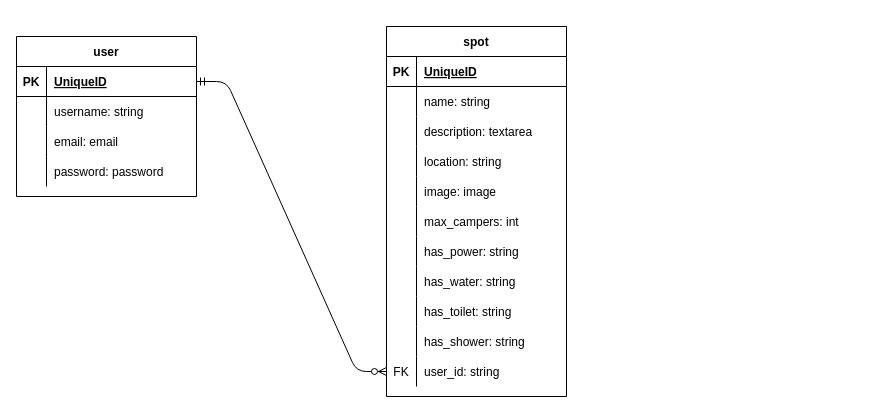
The draw.io diagram Camp Hackathon.drawio in bronwyncarr/camp-hackathon, before the edit. Source tidied: cells renumbered, new cells numbered last; positions are measured from the earlier drawing's top-left corner, leaving out a move shared by most shapes. Both pictures are drawn from the tidied source at 100%, with x=0, y=0 at pixel (16, 26).
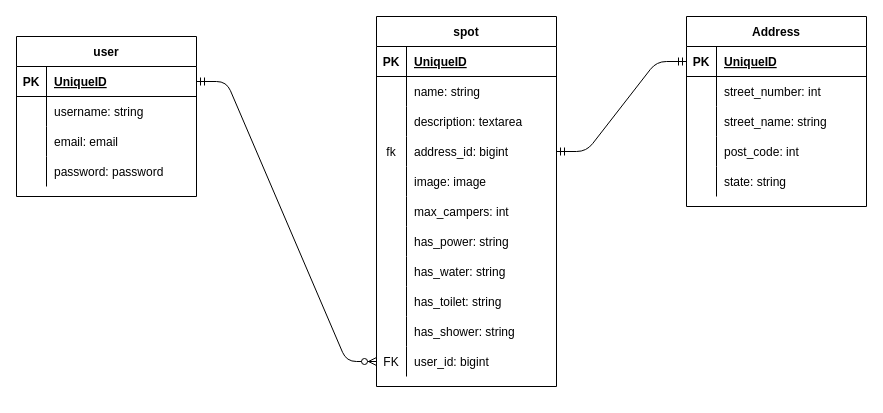
The same diagram, later.

The change refers to these unchanged cells:
```xml
<mxCell id="12" style="shape=partialRectangle;fillColor=none;top=0;left=0;bottom=0;right=0;points=[[0,0.5],[1,0.5]];portConstraint=eastwest;" parent="2" vertex="1">
  <mxGeometry y="120" width="180" height="30" as="geometry" />
</mxCell>
<mxCell id="33" style="shape=partialRectangle;fillColor=none;top=0;left=0;bottom=0;right=0;points=[[0,0.5],[1,0.5]];portConstraint=eastwest;" parent="2" vertex="1">
  <mxGeometry y="330" width="180" height="30" as="geometry" />
</mxCell>
```

The edit, as a diff of the source:
```diff
@@
     <mxCell id="2" value="spot" style="shape=table;startSize=30;childLayout=tableLayout;rowLines=0;fontStyle=1;align=center;" parent="1" vertex="1">
-      <mxGeometry x="370" width="180" height="370" as="geometry" />
+      <mxGeometry x="360" y="-10" width="180" height="370" as="geometry" />
     </mxCell>
@@
-    <mxCell id="13" style="shape=partialRectangle;fillColor=none;top=0;left=0;bottom=0;right=0;overflow=hidden;" parent="12" vertex="1">
+    <mxCell id="13" value="fk" style="shape=partialRectangle;fillColor=none;top=0;left=0;bottom=0;right=0;overflow=hidden;" parent="12" vertex="1">
       <mxGeometry width="30" height="30" as="geometry" />
     </mxCell>
-    <mxCell id="14" value="location: string" style="shape=partialRectangle;fillColor=none;top=0;left=0;bottom=0;right=0;align=left;spacingLeft=6;overflow=hidden;" parent="12" vertex="1">
+    <mxCell id="14" value="address_id: bigint" style="shape=partialRectangle;fillColor=none;top=0;left=0;bottom=0;right=0;align=left;spacingLeft=6;overflow=hidden;" parent="12" vertex="1">
       <mxGeometry x="30" width="150" height="30" as="geometry" />
     </mxCell>
@@
-    <mxCell id="35" value="user_id: string" style="shape=partialRectangle;fillColor=none;top=0;left=0;bottom=0;right=0;align=left;spacingLeft=6;overflow=hidden;" parent="33" vertex="1">
+    <mxCell id="35" value="user_id: bigint" style="shape=partialRectangle;fillColor=none;top=0;left=0;bottom=0;right=0;align=left;spacingLeft=6;overflow=hidden;" parent="33" vertex="1">
       <mxGeometry x="30" width="150" height="30" as="geometry" />
     </mxCell>
@@
+    <mxCell id="50" value="Address" style="shape=table;startSize=30;childLayout=tableLayout;rowLines=0;fontStyle=1;align=center;" parent="1" vertex="1">
+      <mxGeometry x="670" y="-10" width="180" height="190" as="geometry" />
+    </mxCell>
+    <mxCell id="51" style="shape=partialRectangle;fillColor=none;top=0;left=0;bottom=1;right=0;points=[[0,0.5],[1,0.5]];portConstraint=eastwest;" parent="50" vertex="1">
+      <mxGeometry y="30" width="180" height="30" as="geometry" />
+    </mxCell>
+    <mxCell id="52" value="PK" style="shape=partialRectangle;fillColor=none;top=0;left=0;bottom=0;right=0;fontStyle=1;overflow=hidden;" parent="51" vertex="1">
+      <mxGeometry width="30" height="30" as="geometry" />
+    </mxCell>
+    <mxCell id="53" value="UniqueID" style="shape=partialRectangle;fillColor=none;top=0;left=0;bottom=0;right=0;align=left;spacingLeft=6;fontStyle=5;overflow=hidden;" parent="51" vertex="1">
+      <mxGeometry x="30" width="150" height="30" as="geometry" />
+    </mxCell>
+    <mxCell id="54" style="shape=partialRectangle;fillColor=none;top=0;left=0;bottom=0;right=0;" parent="50" vertex="1">
+      <mxGeometry y="60" width="180" height="30" as="geometry" />
+    </mxCell>
+    <mxCell id="55" style="shape=partialRectangle;fillColor=none;top=0;left=0;bottom=0;right=0;overflow=hidden;" parent="54" vertex="1">
+      <mxGeometry width="30" height="30" as="geometry" />
+    </mxCell>
+    <mxCell id="56" value="street_number: int" style="shape=partialRectangle;fillColor=none;top=0;left=0;bottom=0;right=0;align=left;spacingLeft=6;overflow=hidden;" parent="54" vertex="1">
+      <mxGeometry x="30" width="150" height="30" as="geometry" />
+    </mxCell>
+    <mxCell id="57" style="shape=partialRectangle;fillColor=none;top=0;left=0;bottom=0;right=0;" parent="50" vertex="1">
+      <mxGeometry y="90" width="180" height="30" as="geometry" />
+    </mxCell>
+    <mxCell id="58" style="shape=partialRectangle;fillColor=none;top=0;left=0;bottom=0;right=0;overflow=hidden;" parent="57" vertex="1">
+      <mxGeometry width="30" height="30" as="geometry" />
+    </mxCell>
+    <mxCell id="59" value="street_name: string" style="shape=partialRectangle;fillColor=none;top=0;left=0;bottom=0;right=0;align=left;spacingLeft=6;overflow=hidden;" parent="57" vertex="1">
+      <mxGeometry x="30" width="150" height="30" as="geometry" />
+    </mxCell>
+    <mxCell id="60" style="shape=partialRectangle;fillColor=none;top=0;left=0;bottom=0;right=0;" parent="50" vertex="1">
+      <mxGeometry y="120" width="180" height="30" as="geometry" />
+    </mxCell>
+    <mxCell id="61" style="shape=partialRectangle;fillColor=none;top=0;left=0;bottom=0;right=0;overflow=hidden;" parent="60" vertex="1">
+      <mxGeometry width="30" height="30" as="geometry" />
+    </mxCell>
+    <mxCell id="62" value="post_code: int" style="shape=partialRectangle;fillColor=none;top=0;left=0;bottom=0;right=0;align=left;spacingLeft=6;overflow=hidden;" parent="60" vertex="1">
+      <mxGeometry x="30" width="150" height="30" as="geometry" />
+    </mxCell>
+    <mxCell id="63" style="shape=partialRectangle;fillColor=none;top=0;left=0;bottom=0;right=0;" parent="50" vertex="1">
+      <mxGeometry y="150" width="180" height="30" as="geometry" />
+    </mxCell>
+    <mxCell id="64" style="shape=partialRectangle;fillColor=none;top=0;left=0;bottom=0;right=0;overflow=hidden;" parent="63" vertex="1">
+      <mxGeometry width="30" height="30" as="geometry" />
+    </mxCell>
+    <mxCell id="65" value="state: string" style="shape=partialRectangle;fillColor=none;top=0;left=0;bottom=0;right=0;align=left;spacingLeft=6;overflow=hidden;" parent="63" vertex="1">
+      <mxGeometry x="30" width="150" height="30" as="geometry" />
+    </mxCell>
+    <mxCell id="66" style="edgeStyle=entityRelationEdgeStyle;fontSize=12;html=1;endArrow=ERmandOne;startArrow=ERmandOne;exitX=1;exitY=0.5;exitDx=0;exitDy=0;entryX=0;entryY=0.5;entryDx=0;entryDy=0;" parent="1" edge="1" source="12" target="51">
+      <mxGeometry relative="1" as="geometry" />
+    </mxCell>
```
